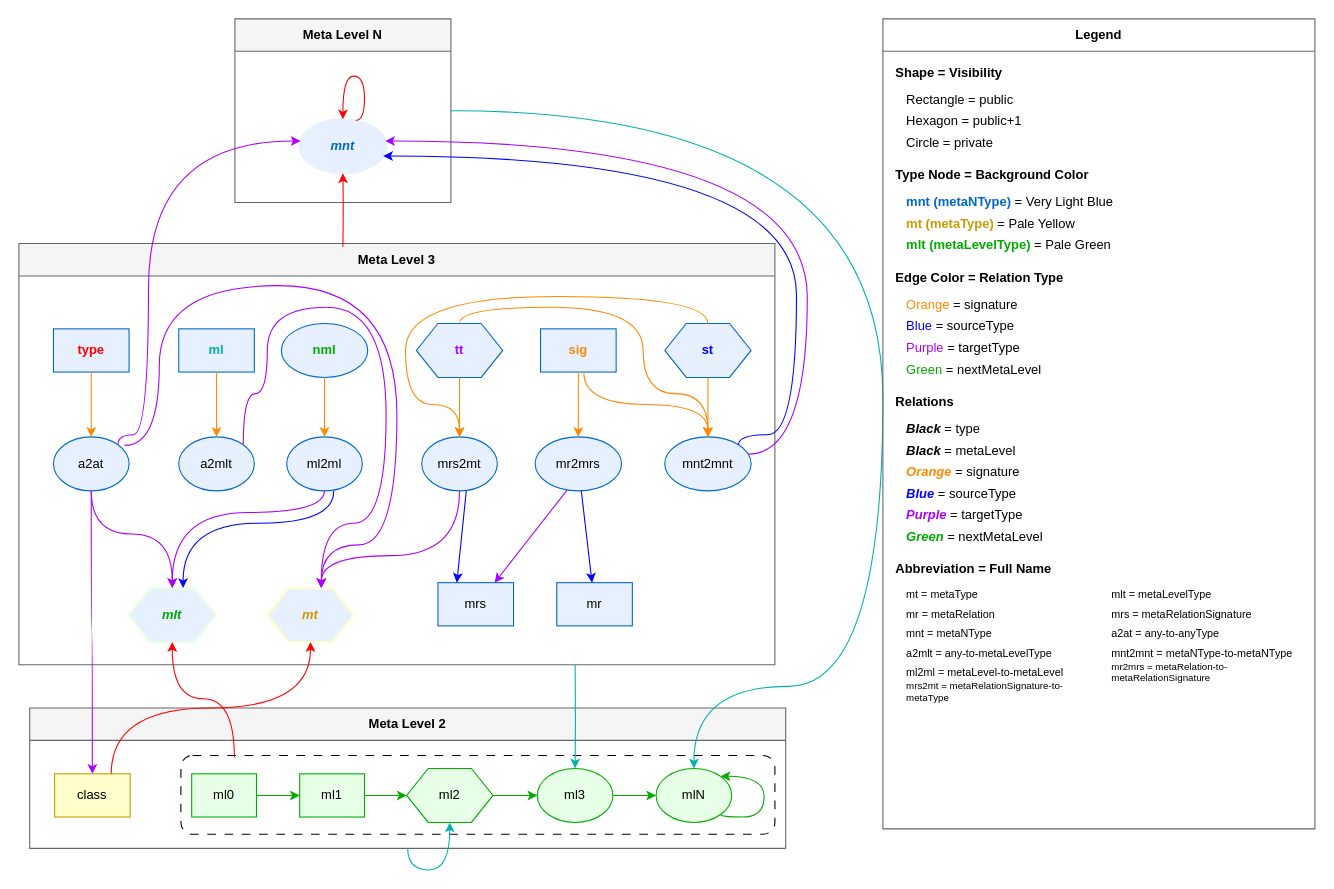
This is complete-graph-styled.drawio from kneissler/trigraph-layer0-metametameta, a draw.io file, before an edit. Source tidied: cells renumbered, new cells numbered last; positions are measured from the earlier drawing's top-left corner, leaving out a move shared by most shapes. Both pictures are drawn from the tidied source at 108%, with x=0, y=0 at pixel (18, 18).
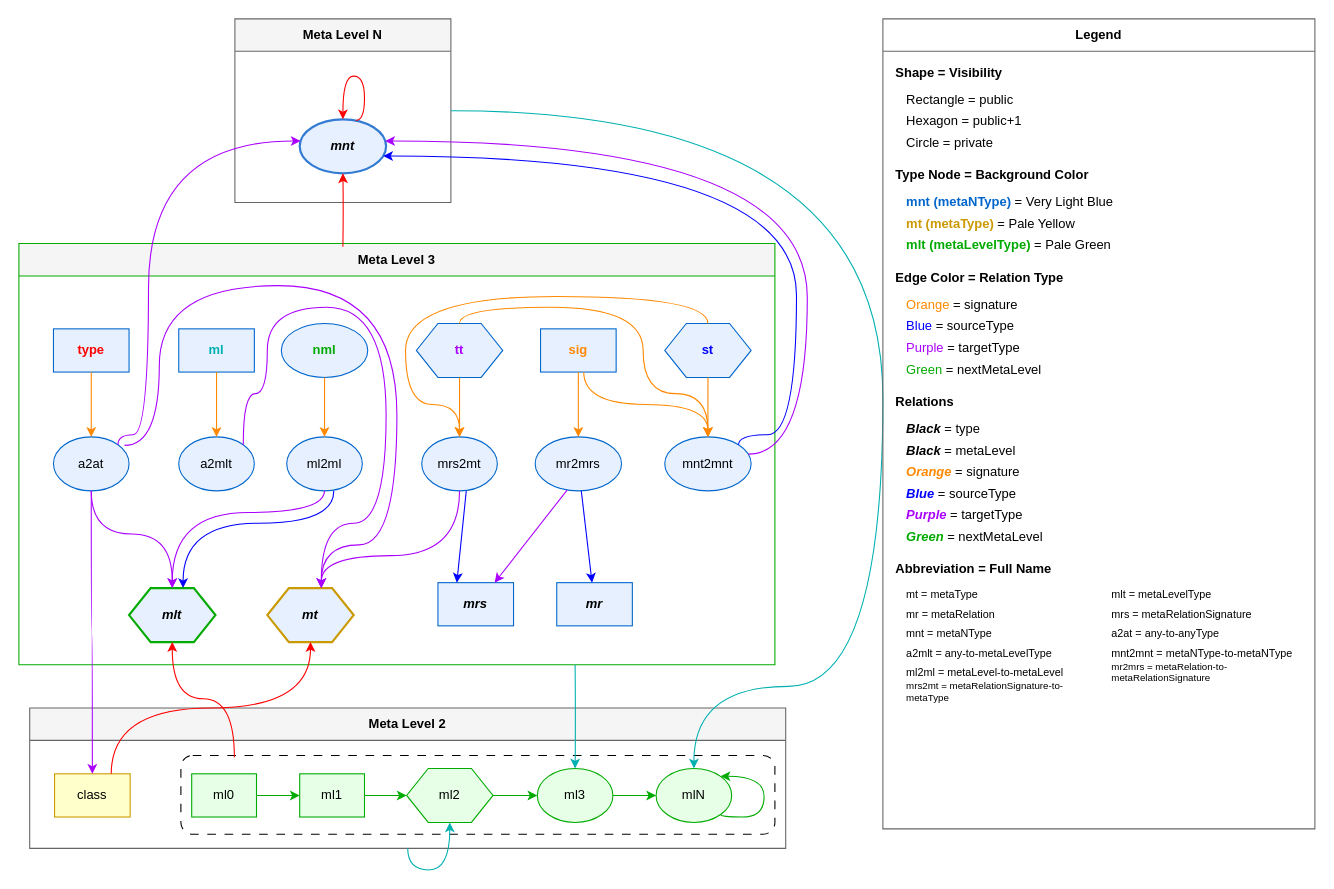
The same page after the edit.

The change refers to these unchanged cells:
```xml
<mxCell id="3" value="Meta Level N" style="swimlane;whiteSpace=wrap;html=1;fillColor=#f5f5f5;strokeColor=#666666;fontStyle=1;startSize=30;" parent="1" vertex="1">
  <mxGeometry x="200" width="200" height="170" as="geometry" />
</mxCell>
```

What changed in the source:
```diff
@@
-    <mxCell id="4" value="&lt;b&gt;&lt;i&gt;&lt;font color=&quot;#0066CC&quot;&gt;mnt&lt;/font&gt;&lt;/i&gt;&lt;/b&gt;" style="ellipse;whiteSpace=wrap;html=1;fillColor=#E6F0FF;strokeColor=#E6F0FF;strokeWidth=2;" parent="3" vertex="1">
+    <mxCell id="4" value="&lt;font style=&quot;color: rgb(0, 0, 0);&quot;&gt;&lt;b style=&quot;&quot;&gt;&lt;i style=&quot;&quot;&gt;mnt&lt;/i&gt;&lt;/b&gt;&lt;/font&gt;" style="ellipse;whiteSpace=wrap;html=1;fillColor=#E6F0FF;strokeColor=light-dark(#347bd3, #19212e);strokeWidth=2;" parent="3" vertex="1">
       <mxGeometry x="60" y="93" width="80" height="50" as="geometry" />
     </mxCell>
@@
-    <mxCell id="6" value="Meta Level 3" style="swimlane;whiteSpace=wrap;html=1;fillColor=#f5f5f5;strokeColor=#666666;fontStyle=1;startSize=30;" parent="1" vertex="1">
+    <mxCell id="6" value="Meta Level 3" style="swimlane;whiteSpace=wrap;html=1;fillColor=#f5f5f5;strokeColor=light-dark(#05aa02, #091e09);fontStyle=1;startSize=30;" parent="1" vertex="1">
       <mxGeometry y="208" width="700" height="390" as="geometry" />
     </mxCell>
-    <mxCell id="7" value="&lt;b&gt;&lt;i&gt;&lt;font color=&quot;#CC9900&quot;&gt;mt&lt;/font&gt;&lt;/i&gt;&lt;/b&gt;" style="shape=hexagon;perimeter=hexagonPerimeter2;whiteSpace=wrap;html=1;fillColor=#E6F0FF;strokeColor=#FFFFCC;strokeWidth=2;" parent="6" vertex="1">
+    <mxCell id="7" value="&lt;b&gt;&lt;i&gt;&lt;font style=&quot;color: rgb(0, 0, 0);&quot;&gt;mt&lt;/font&gt;&lt;/i&gt;&lt;/b&gt;" style="shape=hexagon;perimeter=hexagonPerimeter2;whiteSpace=wrap;html=1;fillColor=#E6F0FF;strokeColor=light-dark(#cb9900, #181800);strokeWidth=2;" parent="6" vertex="1">
       <mxGeometry x="230" y="319" width="80" height="50" as="geometry" />
     </mxCell>
-    <mxCell id="8" value="&lt;b&gt;&lt;i&gt;&lt;font color=&quot;#00AA00&quot;&gt;mlt&lt;/font&gt;&lt;/i&gt;&lt;/b&gt;" style="shape=hexagon;perimeter=hexagonPerimeter2;whiteSpace=wrap;html=1;fillColor=#E6F0FF;strokeColor=#E6FFE6;strokeWidth=2;" parent="6" vertex="1">
+    <mxCell id="8" value="&lt;b&gt;&lt;i&gt;&lt;font style=&quot;color: rgb(0, 0, 0);&quot;&gt;mlt&lt;/font&gt;&lt;/i&gt;&lt;/b&gt;" style="shape=hexagon;perimeter=hexagonPerimeter2;whiteSpace=wrap;html=1;fillColor=#E6F0FF;strokeColor=light-dark(#05aa02, #091e09);strokeWidth=2;" parent="6" vertex="1">
       <mxGeometry x="102" y="319" width="80" height="50" as="geometry" />
     </mxCell>
-    <mxCell id="9" value="mr" style="rounded=0;whiteSpace=wrap;html=1;fillColor=#E6F0FF;strokeColor=#0066CC;" parent="6" vertex="1">
+    <mxCell id="9" value="&lt;b&gt;&lt;i&gt;mr&lt;/i&gt;&lt;/b&gt;" style="rounded=0;whiteSpace=wrap;html=1;fillColor=#E6F0FF;strokeColor=#0066CC;" parent="6" vertex="1">
       <mxGeometry x="498" y="314" width="70" height="40" as="geometry" />
     </mxCell>
-    <mxCell id="10" value="mrs" style="rounded=0;whiteSpace=wrap;html=1;fillColor=#E6F0FF;strokeColor=#0066CC;" parent="6" vertex="1">
+    <mxCell id="10" value="&lt;b&gt;&lt;i&gt;mrs&lt;/i&gt;&lt;/b&gt;" style="rounded=0;whiteSpace=wrap;html=1;fillColor=#E6F0FF;strokeColor=#0066CC;" parent="6" vertex="1">
       <mxGeometry x="388" y="314" width="70" height="40" as="geometry" />
     </mxCell>
```
